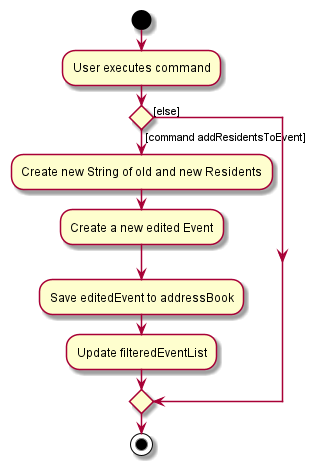
Earlier version of the PlantUML export docs/images/logic/commands/includecommand/IncludeCommandActivityDiagram.png (nus-cs2103-AY2122S1/tp).
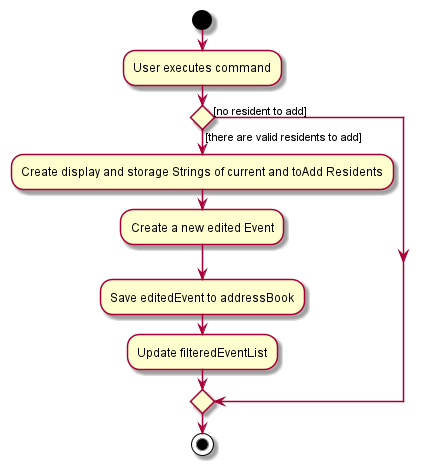
The same diagram one commit later.

Commit message:
Update activity diagram and grammar

Change to the diagram source:
```diff
@@ -3,12 +3,12 @@
 :User executes command;
 
 
-if () then ([command addResidentsToEvent])
-    :Create new String of old and new Residents;
+if () then ([there are valid residents to add])
+    :Create display and storage Strings of current and toAdd Residents;
     :Create a new edited Event;
     :Save editedEvent to addressBook;
     :Update filteredEventList;
-else ([else])
+else ([no resident to add])
 endif
 stop
 @enduml
```
